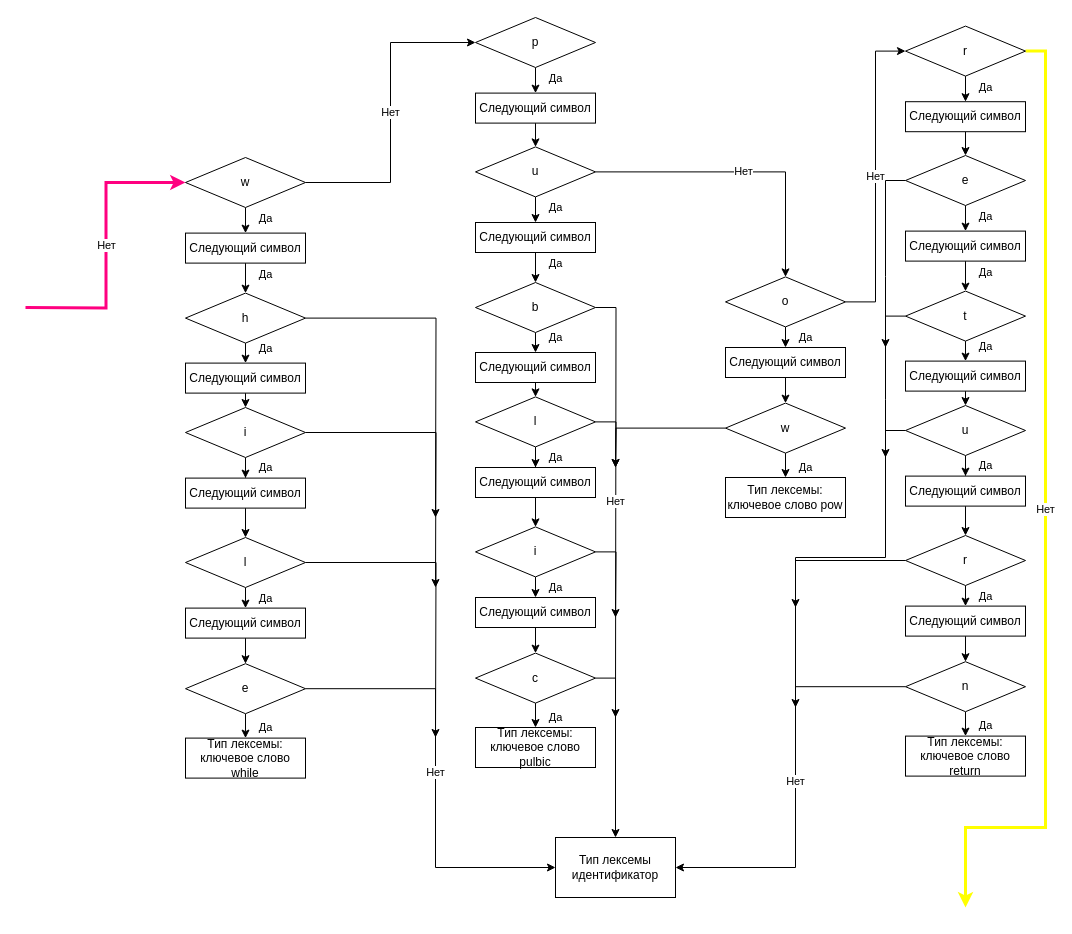
The draw.io diagram finally_automat5.drawio in DieNice/CourseTranslator, before the edit. Source tidied: cells renumbered, new cells numbered last; positions are measured from the earlier drawing's top-left corner, leaving out a move shared by most shapes. Both pictures are drawn from the tidied source at 100%, with x=0, y=0 at pixel (25, 17).
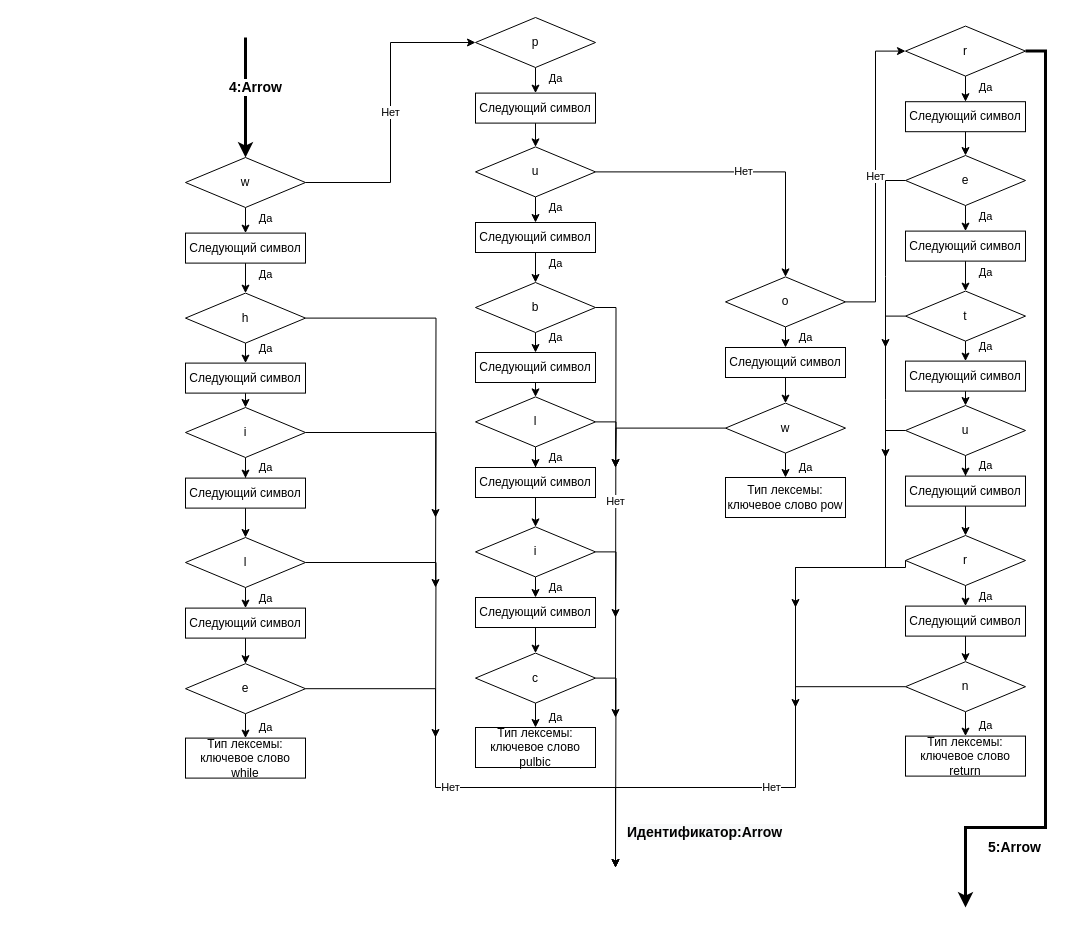
The same diagram, later.

The change refers to these unchanged cells:
```xml
<mxCell id="5" value="w" style="rhombus;whiteSpace=wrap;html=1;" parent="1" vertex="1">
  <mxGeometry x="160" y="140" width="120" height="50" as="geometry" />
</mxCell>
<mxCell id="17" value="e" style="rhombus;whiteSpace=wrap;html=1;" parent="1" vertex="1">
  <mxGeometry x="160" y="646.2" width="120" height="50" as="geometry" />
</mxCell>
<mxCell id="42" value="c" style="rhombus;whiteSpace=wrap;html=1;" parent="1" vertex="1">
  <mxGeometry x="450" y="635.6" width="120" height="50" as="geometry" />
</mxCell>
<mxCell id="75" value="u" style="rhombus;whiteSpace=wrap;html=1;" parent="1" vertex="1">
  <mxGeometry x="880" y="388" width="120" height="50" as="geometry" />
</mxCell>
<mxCell id="78" value="r" style="rhombus;whiteSpace=wrap;html=1;" parent="1" vertex="1">
  <mxGeometry x="880" y="518" width="120" height="50" as="geometry" />
</mxCell>
<mxCell id="81" value="n" style="rhombus;whiteSpace=wrap;html=1;" parent="1" vertex="1">
  <mxGeometry x="880" y="644.2" width="120" height="50" as="geometry" />
</mxCell>
<mxCell id="94" value="r" style="rhombus;whiteSpace=wrap;html=1;" parent="1" vertex="1">
  <mxGeometry x="880" y="8.6" width="120" height="50" as="geometry" />
</mxCell>
```

Change to the diagram source:
```diff
@@
-    <mxCell id="2" value="Нет" style="edgeStyle=orthogonalEdgeStyle;rounded=0;jettySize=auto;html=1;exitX=1;exitY=0.5;exitDx=0;exitDy=0;entryX=0;entryY=0.5;entryDx=0;entryDy=0;strokeColor=#FF0080;strokeWidth=3;" parent="1" edge="1" target="5">
-      <mxGeometry relative="1" as="geometry">
-        <mxPoint y="290" as="sourcePoint" />
+    <mxCell id="2" value="&lt;b&gt;&lt;font style=&quot;font-size: 14px&quot;&gt;4:Arrow&lt;/font&gt;&lt;/b&gt;" style="edgeStyle=orthogonalEdgeStyle;rounded=0;jettySize=auto;html=1;entryX=0.5;entryY=0;entryDx=0;entryDy=0;strokeWidth=3;" parent="1" edge="1" target="5">
+      <mxGeometry x="-0.17" y="10" relative="1" as="geometry">
+        <mxPoint x="220" y="20" as="sourcePoint" />
+        <Array as="points">
+          <mxPoint x="220" y="70" />
+          <mxPoint x="220" y="70" />
+        </Array>
       </mxGeometry>
     </mxCell>
@@
-    <mxCell id="16" value="Нет" style="edgeStyle=orthogonalEdgeStyle;rounded=0;jettySize=auto;html=1;exitX=1;exitY=0.5;exitDx=0;exitDy=0;entryX=0;entryY=0.5;entryDx=0;entryDy=0;strokeColor=#000000;strokeWidth=1;" parent="1" edge="1" source="17" target="97">
+    <mxCell id="16" value="Нет" style="edgeStyle=orthogonalEdgeStyle;rounded=0;jettySize=auto;html=1;exitX=1;exitY=0.5;exitDx=0;exitDy=0;strokeColor=#000000;strokeWidth=1;" parent="1" edge="1" source="17">
       <mxGeometry relative="1" as="geometry">
+        <mxPoint x="590" y="850" as="targetPoint" />
         <Array as="points">
           <mxPoint x="410" y="671" />
-          <mxPoint x="410" y="850" />
+          <mxPoint x="410" y="770" />
+          <mxPoint x="590" y="770" />
+          <mxPoint x="590" y="850" />
         </Array>
       </mxGeometry>
     </mxCell>
@@
-    <mxCell id="41" style="edgeStyle=orthogonalEdgeStyle;rounded=0;jettySize=auto;html=1;exitX=1;exitY=0.5;exitDx=0;exitDy=0;entryX=0.5;entryY=0;entryDx=0;entryDy=0;strokeWidth=1;" parent="1" edge="1" source="42" target="97">
-      <mxGeometry relative="1" as="geometry" />
+    <mxCell id="41" style="edgeStyle=orthogonalEdgeStyle;rounded=0;jettySize=auto;html=1;exitX=1;exitY=0.5;exitDx=0;exitDy=0;strokeWidth=1;" parent="1" edge="1" source="42">
+      <mxGeometry relative="1" as="geometry">
+        <mxPoint x="590" y="850" as="targetPoint" />
+      </mxGeometry>
     </mxCell>
@@
     <mxCell id="74" style="edgeStyle=orthogonalEdgeStyle;rounded=0;jettySize=auto;html=1;exitX=0;exitY=0.5;exitDx=0;exitDy=0;strokeColor=#000000;strokeWidth=1;" parent="1" edge="1" source="75">
       <mxGeometry relative="1" as="geometry">
         <mxPoint x="770" y="590" as="targetPoint" />
         <Array as="points">
           <mxPoint x="860" y="413" />
-          <mxPoint x="860" y="540" />
-          <mxPoint x="770" y="540" />
+          <mxPoint x="860" y="550" />
+          <mxPoint x="770" y="550" />
         </Array>
       </mxGeometry>
     </mxCell>
@@
     <mxCell id="77" style="edgeStyle=orthogonalEdgeStyle;rounded=0;jettySize=auto;html=1;exitX=0;exitY=0.5;exitDx=0;exitDy=0;strokeColor=#000000;strokeWidth=1;" parent="1" edge="1" source="78">
       <mxGeometry relative="1" as="geometry">
         <mxPoint x="770" y="690" as="targetPoint" />
         <Array as="points">
-          <mxPoint x="770" y="543" />
+          <mxPoint x="880" y="550" />
+          <mxPoint x="770" y="550" />
         </Array>
       </mxGeometry>
     </mxCell>
@@
-    <mxCell id="80" value="Нет" style="edgeStyle=orthogonalEdgeStyle;rounded=0;jettySize=auto;html=1;exitX=0;exitY=0.5;exitDx=0;exitDy=0;entryX=1;entryY=0.5;entryDx=0;entryDy=0;strokeColor=#000000;strokeWidth=1;" parent="1" edge="1" source="81" target="97">
+    <mxCell id="80" value="Нет" style="edgeStyle=orthogonalEdgeStyle;rounded=0;jettySize=auto;html=1;exitX=0;exitY=0.5;exitDx=0;exitDy=0;strokeColor=#000000;strokeWidth=1;" parent="1" edge="1" source="81">
       <mxGeometry relative="1" as="geometry">
+        <mxPoint x="590" y="850" as="targetPoint" />
         <Array as="points">
           <mxPoint x="770" y="669" />
-          <mxPoint x="770" y="850" />
+          <mxPoint x="770" y="770" />
+          <mxPoint x="590" y="770" />
+          <mxPoint x="590" y="850" />
         </Array>
       </mxGeometry>
     </mxCell>
@@
-    <mxCell id="93" value="Нет" style="edgeStyle=orthogonalEdgeStyle;rounded=0;jettySize=auto;html=1;exitX=1;exitY=0.5;exitDx=0;exitDy=0;entryX=0.5;entryY=0;entryDx=0;entryDy=0;strokeColor=#FFFF00;strokeWidth=3;" parent="1" edge="1" source="94">
-      <mxGeometry relative="1" as="geometry">
+    <mxCell id="93" value="&lt;font style=&quot;font-size: 14px&quot;&gt;&lt;b&gt;5:Arrow&lt;/b&gt;&lt;/font&gt;" style="edgeStyle=orthogonalEdgeStyle;rounded=0;jettySize=auto;html=1;exitX=1;exitY=0.5;exitDx=0;exitDy=0;entryX=0.5;entryY=0;entryDx=0;entryDy=0;strokeWidth=3;" parent="1" edge="1" source="94">
+      <mxGeometry x="0.73" y="20" relative="1" as="geometry">
         <mxPoint x="940" y="890" as="targetPoint" />
         <Array as="points">
           <mxPoint x="1020" y="34" />
           <mxPoint x="1020" y="810" />
           <mxPoint x="940" y="810" />
         </Array>
       </mxGeometry>
     </mxCell>
@@
-    <mxCell id="97" value="Тип лексемы идентификатор" style="rounded=0;whiteSpace=wrap;html=1;" parent="1" vertex="1">
-      <mxGeometry x="530" y="820" width="120" height="60" as="geometry" />
-    </mxCell>
+    <mxCell id="98" value="&lt;b style=&quot;color: rgb(0, 0, 0); font-style: normal; letter-spacing: normal; text-indent: 0px; text-transform: none; word-spacing: 0px; font-family: helvetica; font-size: 14px; text-align: center; background-color: rgb(248, 249, 250);&quot;&gt;Идентификатор:Arrow&lt;/b&gt;" style="text;whiteSpace=wrap;html=1;" parent="1" vertex="1">
+      <mxGeometry x="600" y="800" width="180" height="30" as="geometry" />
+    </mxCell>
```
